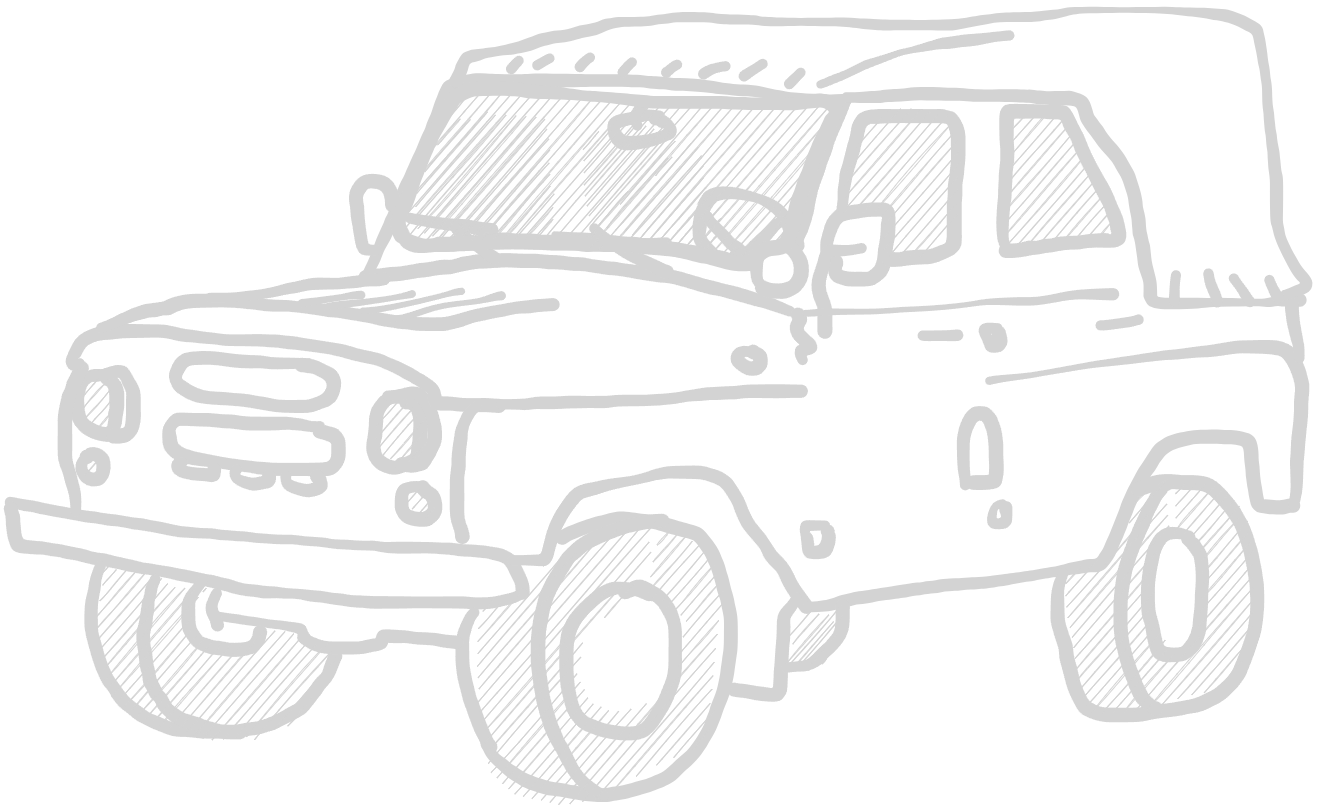
Earlier version of the Excalidraw export factions/ressources/jeep-soviet.excalidraw.png (christsven/H.E.A.T). Source tidied: one line per element, renumbered; positions are measured from the earlier drawing's top-left corner, leaving out a move shared by most shapes.
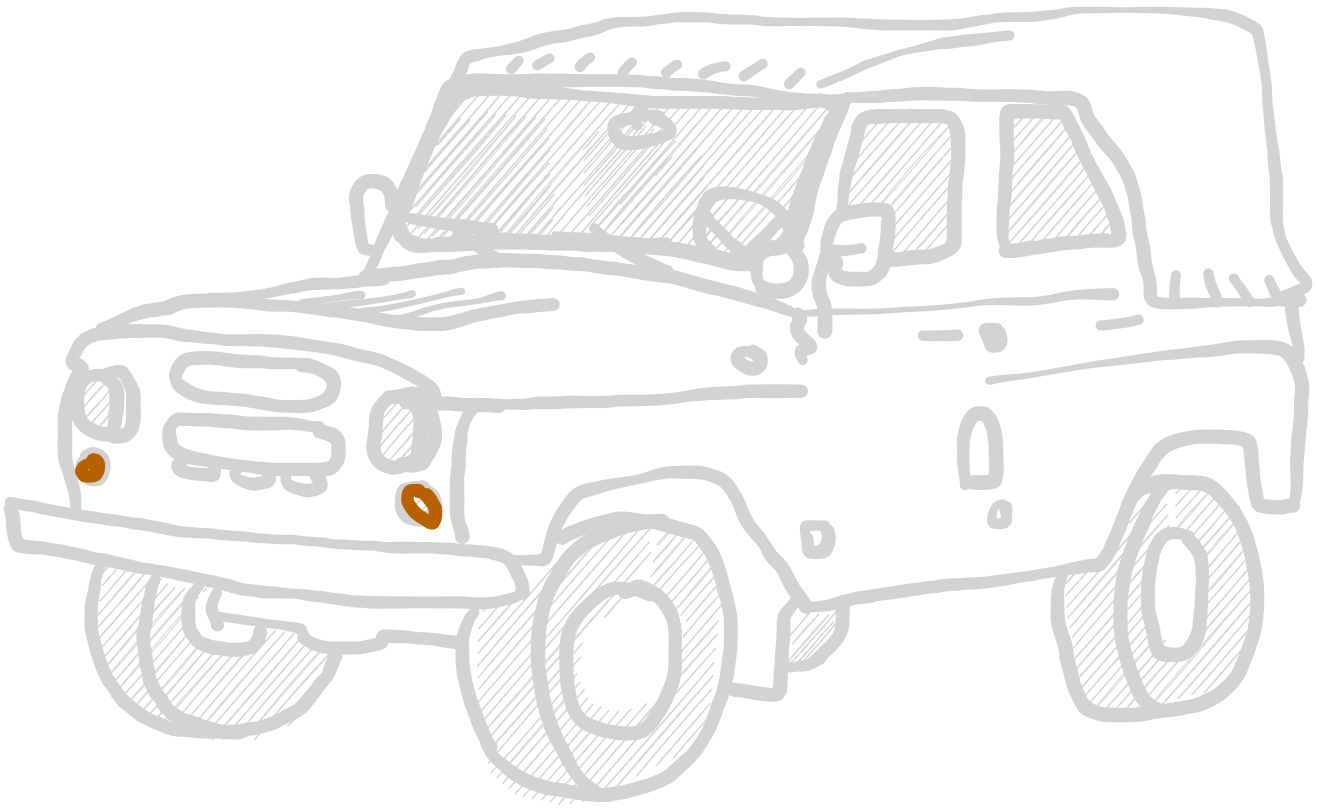
The same diagram one commit later.

Change to the diagram source:
```diff
@@ -85,9 +85,9 @@
 {"id": 84, "type": "freedraw", "strokeColor": "#1e1e1e", "backgroundColor": "#1e1e1e", "fillStyle": "hachure", "strokeWidth": 2, "roughness": 1, "x": 540, "y": 48, "width": 13, "height": 7, "points": [[0, 0], [-1, 2], [-2, 2], [-6, 2], [-8, 4], [-10, 6], [-12, 6], [-12, 7], [-13, 7], [-13, 7]]}
 {"id": 85, "type": "freedraw", "strokeColor": "#1e1e1e", "backgroundColor": "#1e1e1e", "fillStyle": "hachure", "strokeWidth": 2, "roughness": 1, "x": 509, "y": 51, "width": 8, "height": 9, "points": [[0, 0], [-1, 2], [-2, 2], [-2, 2], [-3, 4], [-5, 5], [-6, 6], [-7, 7], [-8, 9], [-8, 9]]}
 {"id": 86, "type": "freedraw", "strokeColor": "transparent", "backgroundColor": "#1e1e1e", "fillStyle": "hachure", "strokeWidth": 2, "roughness": 1, "x": 96, "y": 370, "width": 28, "height": 54, "points": [[0, 0], [-6, -2], [-13, -2], [-16, -2], [-20, 2], [-22, 6], [-23, 11], [-25, 17], [-25, 21], [-25, 25], [-25, 29], [-25, 34], [-22, 36], [-20, 40], [-19, 42], [-17, 46], [-15, 49], [-14, 51], [-10, 48], [-5, 45], [0, 39], [2, 32], [2, 26], [2, 20], [2, 14], [2, 10], [1, 7], [-2, 5], [-4, 3]]}
-{"id": 87, "type": "freedraw", "strokeColor": "transparent", "backgroundColor": "#1e1e1e", "fillStyle": "hachure", "strokeWidth": 2, "roughness": 1, "x": 84, "y": 451, "width": 17, "height": 17, "points": [[0, 0], [-1, 0], [-2, 0], [-3, 0], [-6, 1], [-8, 2], [-9, 2], [-11, 5], [-13, 6], [-13, 7], [-13, 8], [-13, 10], [-13, 10], [-13, 12], [-13, 13], [-13, 14], [-10, 15], [-8, 15], [-6, 15], [-5, 15], [-3, 15], [-2, 15], [0, 14], [2, 14], [2, 13], [2, 13], [2, 12], [2, 11], [4, 10], [4, 7], [4, 6], [4, 5], [4, 4], [4, 2], [4, 2], [3, 0], [3, -1], [2, -1], [1, -1], [-1, -2], [-2, -2], [-3, -2], [0, 0]]}
+{"id": 87, "type": "freedraw", "strokeColor": "#f08c00", "backgroundColor": "#1e1e1e", "fillStyle": "hachure", "strokeWidth": 2, "roughness": 1, "x": 84, "y": 451, "width": 17, "height": 17, "points": [[0, 0], [-1, 0], [-2, 0], [-3, 0], [-6, 1], [-8, 2], [-9, 2], [-11, 5], [-13, 6], [-13, 7], [-13, 8], [-13, 10], [-13, 10], [-13, 12], [-13, 13], [-13, 14], [-10, 15], [-8, 15], [-6, 15], [-5, 15], [-3, 15], [-2, 15], [0, 14], [2, 14], [2, 13], [2, 13], [2, 12], [2, 11], [4, 10], [4, 7], [4, 6], [4, 5], [4, 4], [4, 2], [4, 2], [3, 0], [3, -1], [2, -1], [1, -1], [-1, -2], [-2, -2], [-3, -2], [0, 0]]}
 {"id": 88, "type": "freedraw", "strokeColor": "transparent", "backgroundColor": "#1e1e1e", "fillStyle": "hachure", "strokeWidth": 2, "roughness": 1, "x": 386, "y": 391, "width": 48, "height": 62, "points": [[0, 0], [-3, 0], [-10, 3], [-16, 8], [-18, 13], [-20, 18], [-21, 25], [-21, 29], [-21, 36], [-21, 42], [-21, 46], [-21, 49], [-17, 54], [-10, 56], [-1, 59], [10, 60], [17, 60], [21, 59], [24, 55], [26, 51], [28, 46], [28, 39], [28, 31], [28, 25], [27, 19], [25, 15], [23, 10], [22, 6], [16, 2], [9, 0], [6, -2], [2, -2], [-2, -2], [-4, -2], [0, 0]]}
-{"id": 89, "type": "freedraw", "strokeColor": "transparent", "backgroundColor": "#1e1e1e", "fillStyle": "hachure", "strokeWidth": 2, "roughness": 1, "x": 408, "y": 479, "width": 29, "height": 35, "points": [[0, 0], [-2, 0], [-5, 0], [-9, 0], [-10, 1], [-11, 3], [-11, 6], [-11, 10], [-10, 15], [-8, 18], [-6, 22], [2, 28], [8, 32], [11, 34], [15, 35], [16, 34], [17, 31], [17, 25], [17, 21], [17, 17], [13, 13], [12, 10], [10, 8], [10, 7], [8, 6], [5, 6], [1, 5], [0, 0]]}
+{"id": 89, "type": "freedraw", "strokeColor": "#f08c00", "backgroundColor": "#1e1e1e", "fillStyle": "hachure", "strokeWidth": 2, "roughness": 1, "x": 408, "y": 479, "width": 29, "height": 35, "points": [[0, 0], [-2, 0], [-5, 0], [-9, 0], [-10, 1], [-11, 3], [-11, 6], [-11, 10], [-10, 15], [-8, 18], [-6, 22], [2, 28], [8, 32], [11, 34], [15, 35], [16, 34], [17, 31], [17, 25], [17, 21], [17, 17], [13, 13], [12, 10], [10, 8], [10, 7], [8, 6], [5, 6], [1, 5], [0, 0]]}
 {"id": 90, "type": "freedraw", "strokeColor": "transparent", "backgroundColor": "#1e1e1e", "fillStyle": "hachure", "strokeWidth": 2, "roughness": 1, "x": 872, "y": 243, "width": 117, "height": 148, "points": [[0, 0], [12, 4], [45, 1], [58, -8], [67, -21], [74, -29], [76, -44], [76, -74], [78, -105], [71, -120], [68, -130], [63, -139], [29, -144], [-1, -143], [-10, -136], [-13, -126], [-26, -107], [-38, -82], [-39, -67], [-37, -55], [-32, -44], [-24, -40], [1, -39], [1, -29], [1, -17], [2, -6], [7, 2]]}
 {"id": 91, "type": "freedraw", "strokeColor": "transparent", "backgroundColor": "#1e1e1e", "fillStyle": "hachure", "strokeWidth": 2, "roughness": 1, "x": 543, "y": 217, "width": 139, "height": 127, "points": [[0, 0], [0, -20], [-4, -53], [-6, -70], [-8, -91], [-13, -106], [-20, -112], [-42, -115], [-61, -116], [-73, -110], [-86, -109], [-103, -105], [-115, -86], [-122, -67], [-127, -57], [-136, -36], [-139, -19], [-139, -7], [-128, 6], [-96, 11], [-65, 11], [-55, 10], [-38, 10], [-27, 10], [-19, 10], [-13, 8], [-6, 6]]}
 {"id": 92, "type": "freedraw", "strokeColor": "transparent", "backgroundColor": "#1e1e1e", "fillStyle": "hachure", "strokeWidth": 2, "roughness": 1, "x": 595, "y": 233, "width": 138, "height": 104, "points": [[0, 0], [89, -81], [92, -76], [93, -71], [97, -64], [101, -54], [108, -45], [108, -40], [111, -35], [112, -26], [113, -19], [116, -11], [117, -5], [114, -2], [88, 0], [64, -1], [46, -5], [17, -10], [0, -14], [-2, -12], [-6, -7], [-12, -4], [-16, -2], [-21, 0], [-10, 5], [-11, 4], [-8, 5], [0, 0]]}
```
